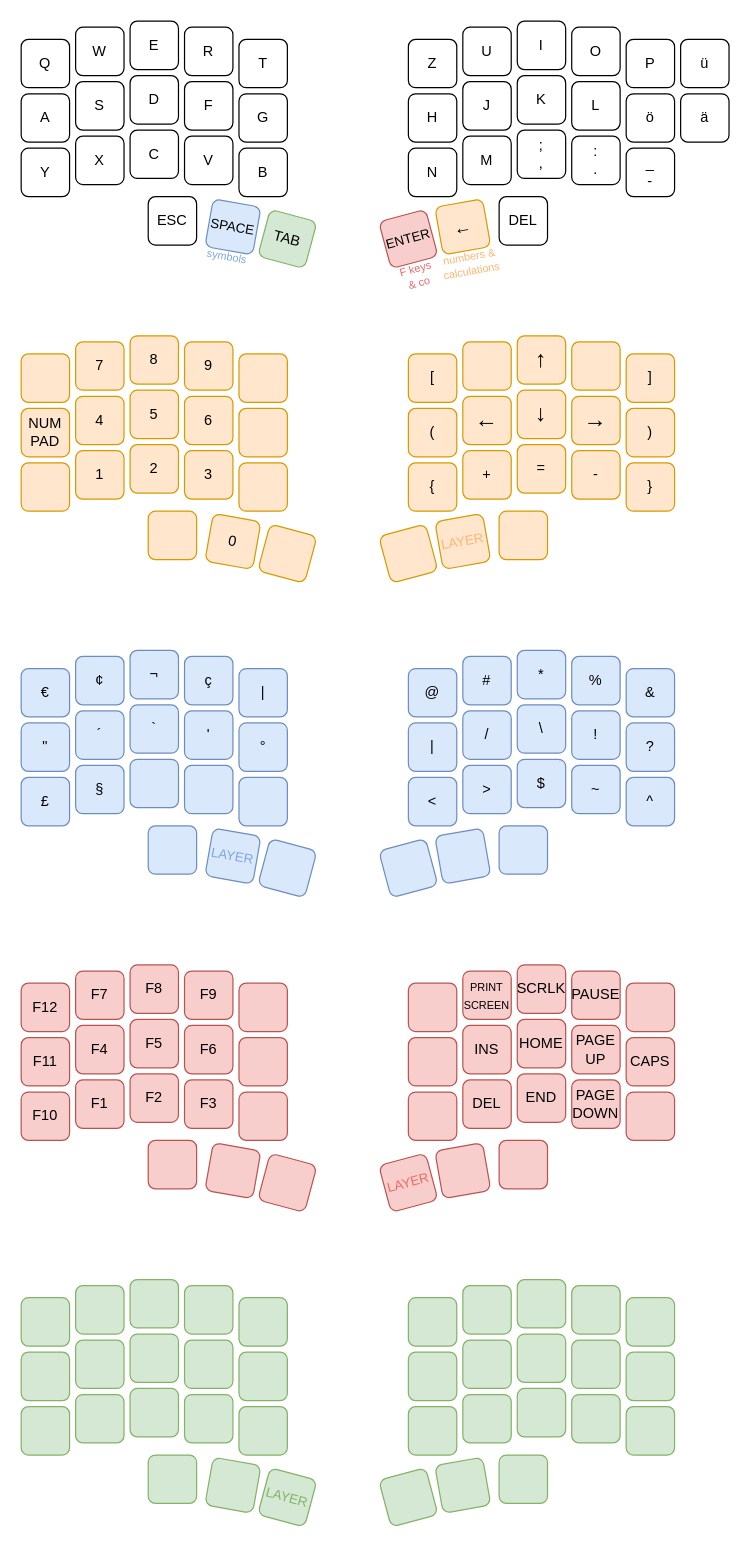
Earlier version of the draw.io diagram images/keymapping.drawio (JanaUnderground/ergo68). Source tidied: cells renumbered, new cells numbered last; positions are measured from the earlier drawing's top-left corner, leaving out a move shared by most shapes. Both pictures are drawn from the tidied source at 121%, with x=0, y=0 at pixel (21, 21).
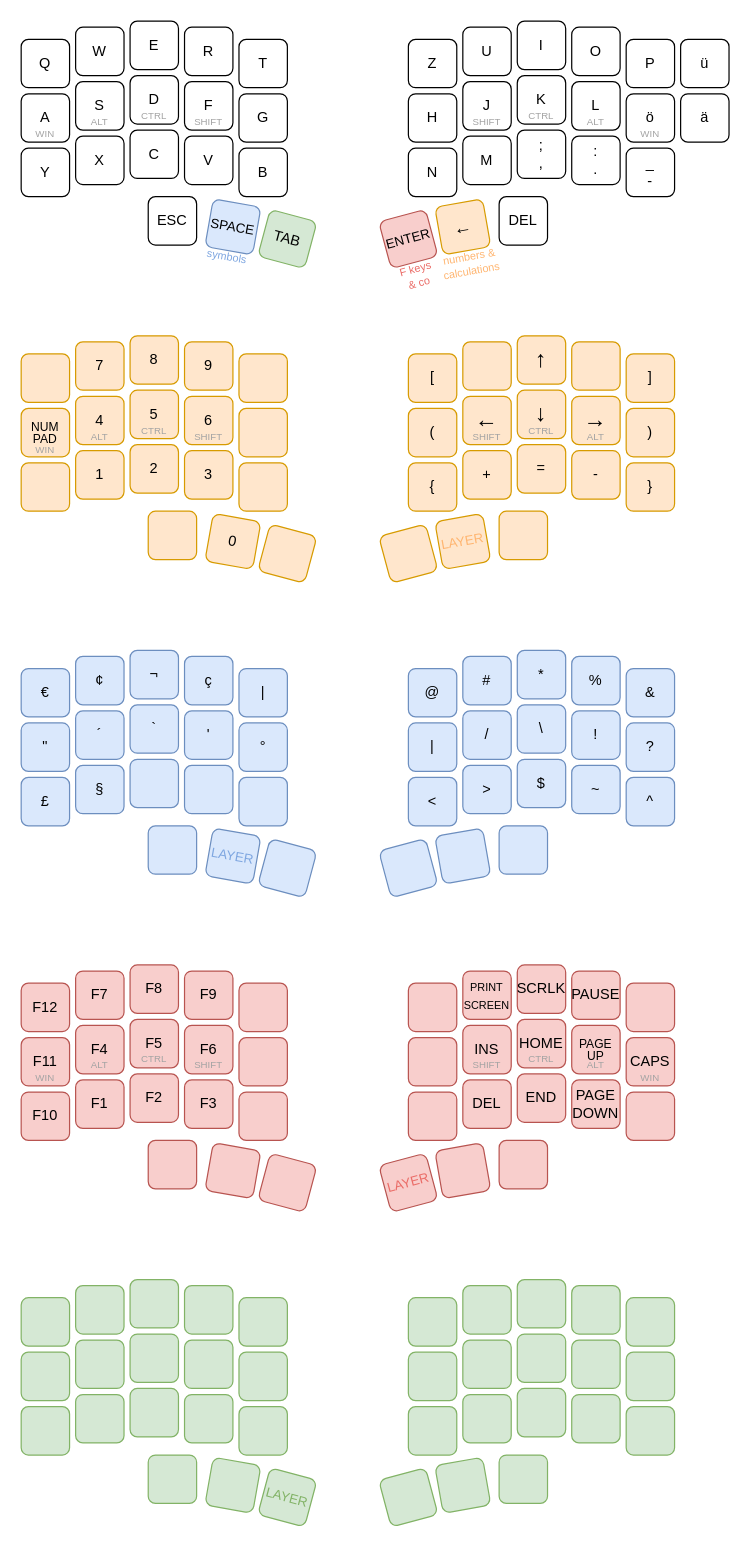
After the change.

Commit message (it also covers changes not shown here):
Adding hold functions to drawio

Change to the diagram source:
```diff
@@
-    <mxCell id="45" value="NUM&lt;br&gt;PAD" style="rounded=1;whiteSpace=wrap;html=1;fillColor=#ffe6cc;strokeColor=#d79b00;" parent="1" vertex="1">
+    <mxCell id="45" value="&lt;p style=&quot;line-height: 80%;&quot;&gt;&lt;font style=&quot;font-size: 10px;&quot;&gt;NUM&lt;br&gt;PAD&lt;/font&gt;&lt;/p&gt;" style="rounded=1;whiteSpace=wrap;html=1;fillColor=#ffe6cc;strokeColor=#d79b00;" parent="1" vertex="1">
       <mxGeometry y="320" width="40" height="40" as="geometry" />
     </mxCell>
@@
-    <mxCell id="138" value="PAGE&lt;br&gt;UP" style="rounded=1;whiteSpace=wrap;html=1;fillColor=#f8cecc;strokeColor=#b85450;" parent="1" vertex="1">
+    <mxCell id="138" value="&lt;p style=&quot;line-height: 70%;&quot;&gt;&lt;font style=&quot;font-size: 10px;&quot;&gt;PAGE&lt;br&gt;UP&lt;/font&gt;&lt;/p&gt;" style="rounded=1;whiteSpace=wrap;html=1;fillColor=#f8cecc;strokeColor=#b85450;" parent="1" vertex="1">
       <mxGeometry x="455" y="830" width="40" height="40" as="geometry" />
     </mxCell>
@@
+    <mxCell id="187" value="WIN" style="text;html=1;strokeColor=none;fillColor=none;align=center;verticalAlign=middle;whiteSpace=wrap;rounded=0;fontSize=8;fontColor=#A3A3A3;fontStyle=0;" parent="1" vertex="1">
+      <mxGeometry y="78" width="40" height="30" as="geometry" />
+    </mxCell>
+    <mxCell id="188" value="ALT" style="text;html=1;strokeColor=none;fillColor=none;align=center;verticalAlign=middle;whiteSpace=wrap;rounded=0;fontSize=8;fontColor=#A3A3A3;fontStyle=0;" parent="1" vertex="1">
+      <mxGeometry x="45" y="68" width="40" height="30" as="geometry" />
+    </mxCell>
+    <mxCell id="189" value="CTRL" style="text;html=1;strokeColor=none;fillColor=none;align=center;verticalAlign=middle;whiteSpace=wrap;rounded=0;fontSize=8;fontColor=#A3A3A3;fontStyle=0;" parent="1" vertex="1">
+      <mxGeometry x="90" y="63" width="40" height="30" as="geometry" />
+    </mxCell>
+    <mxCell id="190" value="SHIFT" style="text;html=1;strokeColor=none;fillColor=none;align=center;verticalAlign=middle;whiteSpace=wrap;rounded=0;fontSize=8;fontColor=#A3A3A3;fontStyle=0;" parent="1" vertex="1">
+      <mxGeometry x="135" y="68" width="40" height="30" as="geometry" />
+    </mxCell>
+    <mxCell id="191" value="WIN" style="text;html=1;strokeColor=none;fillColor=none;align=center;verticalAlign=middle;whiteSpace=wrap;rounded=0;fontSize=8;fontColor=#A3A3A3;fontStyle=0;" parent="1" vertex="1">
+      <mxGeometry x="500" y="78" width="40" height="30" as="geometry" />
+    </mxCell>
+    <mxCell id="192" value="ALT" style="text;html=1;strokeColor=none;fillColor=none;align=center;verticalAlign=middle;whiteSpace=wrap;rounded=0;fontSize=8;fontColor=#A3A3A3;fontStyle=0;" parent="1" vertex="1">
+      <mxGeometry x="455" y="68" width="40" height="30" as="geometry" />
+    </mxCell>
+    <mxCell id="193" value="CTRL" style="text;html=1;strokeColor=none;fillColor=none;align=center;verticalAlign=middle;whiteSpace=wrap;rounded=0;fontSize=8;fontColor=#A3A3A3;fontStyle=0;" parent="1" vertex="1">
+      <mxGeometry x="410" y="63" width="40" height="30" as="geometry" />
+    </mxCell>
+    <mxCell id="194" value="SHIFT" style="text;html=1;strokeColor=none;fillColor=none;align=center;verticalAlign=middle;whiteSpace=wrap;rounded=0;fontSize=8;fontColor=#A3A3A3;fontStyle=0;" parent="1" vertex="1">
+      <mxGeometry x="365" y="68" width="40" height="30" as="geometry" />
+    </mxCell>
+    <mxCell id="195" value="WIN" style="text;html=1;strokeColor=none;fillColor=none;align=center;verticalAlign=middle;whiteSpace=wrap;rounded=0;fontSize=8;fontColor=#A3A3A3;fontStyle=0;" parent="1" vertex="1">
+      <mxGeometry y="339" width="40" height="30" as="geometry" />
+    </mxCell>
+    <mxCell id="196" value="ALT" style="text;html=1;strokeColor=none;fillColor=none;align=center;verticalAlign=middle;whiteSpace=wrap;rounded=0;fontSize=8;fontColor=#A3A3A3;fontStyle=0;" parent="1" vertex="1">
+      <mxGeometry x="45" y="329" width="40" height="30" as="geometry" />
+    </mxCell>
+    <mxCell id="197" value="CTRL" style="text;html=1;strokeColor=none;fillColor=none;align=center;verticalAlign=middle;whiteSpace=wrap;rounded=0;fontSize=8;fontColor=#A3A3A3;fontStyle=0;" parent="1" vertex="1">
+      <mxGeometry x="90" y="324" width="40" height="30" as="geometry" />
+    </mxCell>
+    <mxCell id="198" value="SHIFT" style="text;html=1;strokeColor=none;fillColor=none;align=center;verticalAlign=middle;whiteSpace=wrap;rounded=0;fontSize=8;fontColor=#A3A3A3;fontStyle=0;" parent="1" vertex="1">
+      <mxGeometry x="135" y="329" width="40" height="30" as="geometry" />
+    </mxCell>
+    <mxCell id="199" value="ALT" style="text;html=1;strokeColor=none;fillColor=none;align=center;verticalAlign=middle;whiteSpace=wrap;rounded=0;fontSize=8;fontColor=#A3A3A3;fontStyle=0;" parent="1" vertex="1">
+      <mxGeometry x="455" y="329" width="40" height="30" as="geometry" />
+    </mxCell>
+    <mxCell id="200" value="CTRL" style="text;html=1;strokeColor=none;fillColor=none;align=center;verticalAlign=middle;whiteSpace=wrap;rounded=0;fontSize=8;fontColor=#A3A3A3;fontStyle=0;" parent="1" vertex="1">
+      <mxGeometry x="410" y="324" width="40" height="30" as="geometry" />
+    </mxCell>
+    <mxCell id="201" value="SHIFT" style="text;html=1;strokeColor=none;fillColor=none;align=center;verticalAlign=middle;whiteSpace=wrap;rounded=0;fontSize=8;fontColor=#A3A3A3;fontStyle=0;" parent="1" vertex="1">
+      <mxGeometry x="365" y="329" width="40" height="30" as="geometry" />
+    </mxCell>
+    <mxCell id="202" value="WIN" style="text;html=1;strokeColor=none;fillColor=none;align=center;verticalAlign=middle;whiteSpace=wrap;rounded=0;fontSize=8;fontColor=#A3A3A3;fontStyle=0;" parent="1" vertex="1">
+      <mxGeometry y="858" width="40" height="30" as="geometry" />
+    </mxCell>
+    <mxCell id="203" value="ALT" style="text;html=1;strokeColor=none;fillColor=none;align=center;verticalAlign=middle;whiteSpace=wrap;rounded=0;fontSize=8;fontColor=#A3A3A3;fontStyle=0;" parent="1" vertex="1">
+      <mxGeometry x="45" y="848" width="40" height="30" as="geometry" />
+    </mxCell>
+    <mxCell id="204" value="CTRL" style="text;html=1;strokeColor=none;fillColor=none;align=center;verticalAlign=middle;whiteSpace=wrap;rounded=0;fontSize=8;fontColor=#A3A3A3;fontStyle=0;" parent="1" vertex="1">
+      <mxGeometry x="90" y="843" width="40" height="30" as="geometry" />
+    </mxCell>
+    <mxCell id="205" value="SHIFT" style="text;html=1;strokeColor=none;fillColor=none;align=center;verticalAlign=middle;whiteSpace=wrap;rounded=0;fontSize=8;fontColor=#A3A3A3;fontStyle=0;" parent="1" vertex="1">
+      <mxGeometry x="135" y="848" width="40" height="30" as="geometry" />
+    </mxCell>
+    <mxCell id="206" value="WIN" style="text;html=1;strokeColor=none;fillColor=none;align=center;verticalAlign=middle;whiteSpace=wrap;rounded=0;fontSize=8;fontColor=#A3A3A3;fontStyle=0;" parent="1" vertex="1">
+      <mxGeometry x="500" y="858" width="40" height="30" as="geometry" />
+    </mxCell>
+    <mxCell id="207" value="ALT" style="text;html=1;strokeColor=none;fillColor=none;align=center;verticalAlign=middle;whiteSpace=wrap;rounded=0;fontSize=8;fontColor=#A3A3A3;fontStyle=0;" parent="1" vertex="1">
+      <mxGeometry x="455" y="848" width="40" height="30" as="geometry" />
+    </mxCell>
+    <mxCell id="208" value="CTRL" style="text;html=1;strokeColor=none;fillColor=none;align=center;verticalAlign=middle;whiteSpace=wrap;rounded=0;fontSize=8;fontColor=#A3A3A3;fontStyle=0;" parent="1" vertex="1">
+      <mxGeometry x="410" y="843" width="40" height="30" as="geometry" />
+    </mxCell>
+    <mxCell id="209" value="SHIFT" style="text;html=1;strokeColor=none;fillColor=none;align=center;verticalAlign=middle;whiteSpace=wrap;rounded=0;fontSize=8;fontColor=#A3A3A3;fontStyle=0;" parent="1" vertex="1">
+      <mxGeometry x="365" y="848" width="40" height="30" as="geometry" />
+    </mxCell>
```
